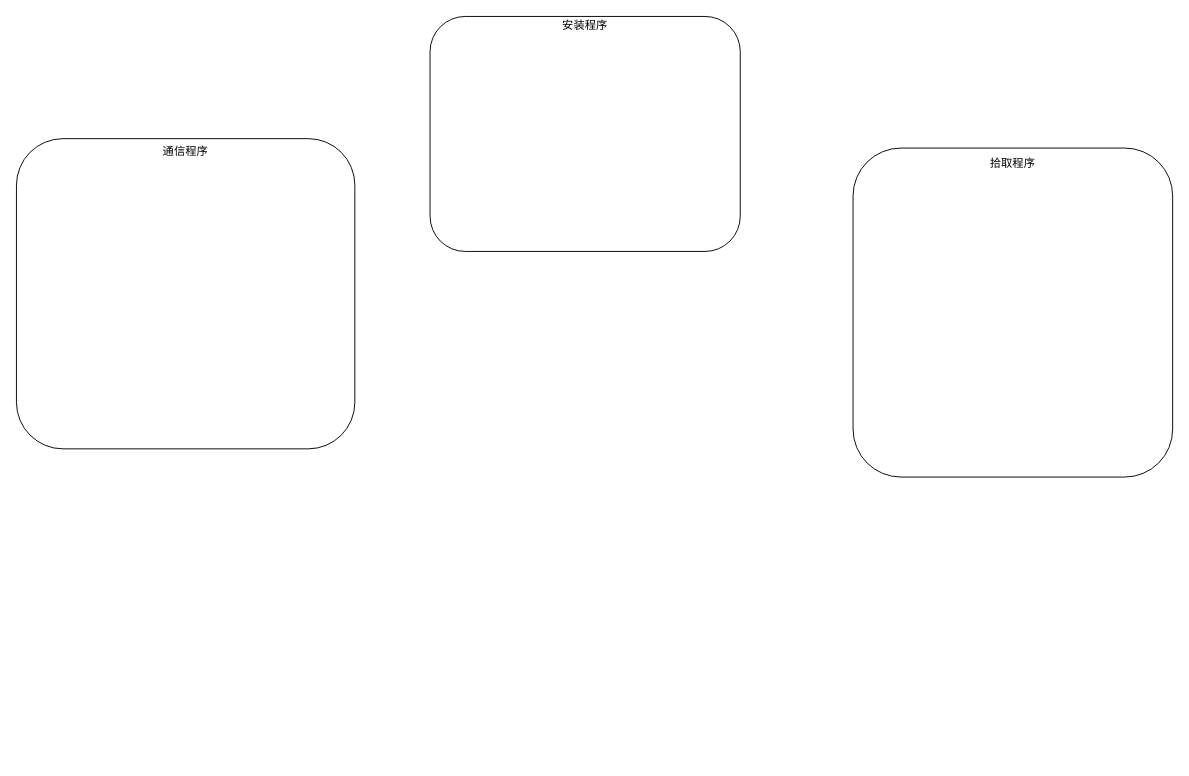
This is rpa-chrome.drawio from ColonelDarcy2018/excelsior, a draw.io file, before an edit. Source tidied: cells renumbered, new cells numbered last; positions are measured from the earlier drawing's top-left corner, leaving out a move shared by most shapes. Both pictures are drawn from the tidied source at 94%, with x=0, y=0 at pixel (16, 16).
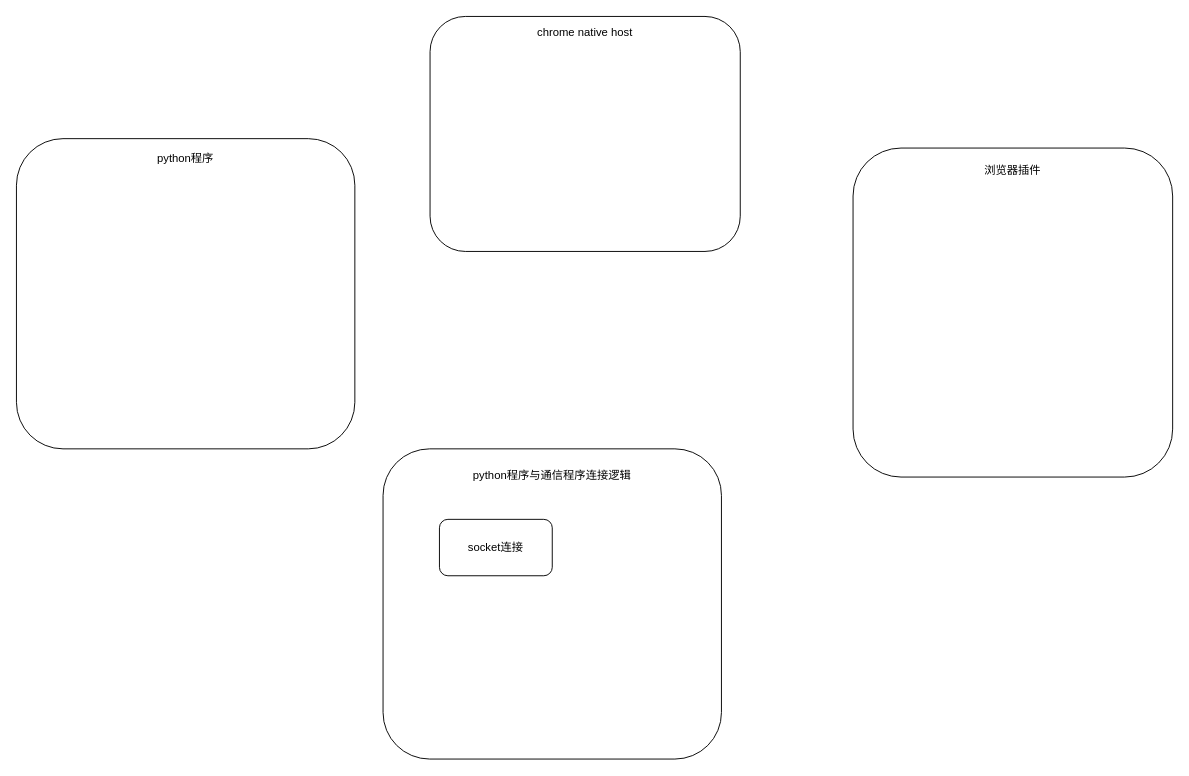
The same diagram, later.

Change to the diagram source:
```diff
@@
 <mxGraphModel>
   <root>
     <mxCell id="0" />
     <mxCell id="1" parent="0" />
-    <mxCell id="2" value="通信程序&lt;br&gt;&lt;br&gt;&lt;br&gt;&lt;br&gt;&lt;br&gt;&lt;br&gt;&lt;br&gt;&lt;br&gt;&lt;br&gt;&lt;br&gt;&lt;br&gt;&lt;br&gt;&lt;br&gt;&lt;br&gt;&lt;br&gt;&lt;br&gt;&lt;br&gt;&lt;br&gt;&lt;br&gt;&lt;br&gt;&lt;br&gt;&lt;br&gt;" style="rounded=1;whiteSpace=wrap;html=1;" parent="1" vertex="1">
+    <mxCell id="2" value="python程序&lt;br&gt;&lt;br&gt;&lt;br&gt;&lt;br&gt;&lt;br&gt;&lt;br&gt;&lt;br&gt;&lt;br&gt;&lt;br&gt;&lt;br&gt;&lt;br&gt;&lt;br&gt;&lt;br&gt;&lt;br&gt;&lt;br&gt;&lt;br&gt;&lt;br&gt;&lt;br&gt;&lt;br&gt;&lt;br&gt;&lt;br&gt;" style="rounded=1;whiteSpace=wrap;html=1;" parent="1" vertex="1">
       <mxGeometry y="130" width="360" height="330" as="geometry" />
     </mxCell>
-    <mxCell id="3" value="安装程序&lt;br&gt;&lt;br&gt;&lt;br&gt;&lt;br&gt;&lt;br&gt;&lt;br&gt;&lt;br&gt;&lt;br&gt;&lt;br&gt;&lt;br&gt;&lt;br&gt;&lt;br&gt;&lt;br&gt;&lt;br&gt;&lt;br&gt;&lt;br&gt;&lt;br&gt;" style="rounded=1;whiteSpace=wrap;html=1;" parent="1" vertex="1">
+    <mxCell id="3" value="chrome native host&lt;br&gt;&lt;br&gt;&lt;br&gt;&lt;br&gt;&lt;br&gt;&lt;br&gt;&lt;br&gt;&lt;br&gt;&lt;br&gt;&lt;br&gt;&lt;br&gt;&lt;br&gt;&lt;br&gt;&lt;br&gt;&lt;br&gt;&lt;br&gt;" style="rounded=1;whiteSpace=wrap;html=1;" parent="1" vertex="1">
       <mxGeometry x="440" width="330" height="250" as="geometry" />
     </mxCell>
-    <mxCell id="4" value="拾取程序&lt;br&gt;&lt;br&gt;&lt;br&gt;&lt;br&gt;&lt;br&gt;&lt;br&gt;&lt;br&gt;&lt;br&gt;&lt;br&gt;&lt;br&gt;&lt;br&gt;&lt;br&gt;&lt;br&gt;&lt;br&gt;&lt;br&gt;&lt;br&gt;&lt;br&gt;&lt;br&gt;&lt;br&gt;&lt;br&gt;&lt;br&gt;&lt;br&gt;&lt;br&gt;" style="rounded=1;whiteSpace=wrap;html=1;" parent="1" vertex="1">
+    <mxCell id="4" value="浏览器插件&lt;br&gt;&lt;br&gt;&lt;br&gt;&lt;br&gt;&lt;br&gt;&lt;br&gt;&lt;br&gt;&lt;br&gt;&lt;br&gt;&lt;br&gt;&lt;br&gt;&lt;br&gt;&lt;br&gt;&lt;br&gt;&lt;br&gt;&lt;br&gt;&lt;br&gt;&lt;br&gt;&lt;br&gt;&lt;br&gt;&lt;br&gt;&lt;br&gt;" style="rounded=1;whiteSpace=wrap;html=1;" parent="1" vertex="1">
       <mxGeometry x="890" y="140" width="340" height="350" as="geometry" />
     </mxCell>
+    <mxCell id="5" value="python程序与通信程序连接逻辑&lt;br&gt;&lt;br&gt;&lt;br&gt;&lt;br&gt;&lt;br&gt;&lt;br&gt;&lt;br&gt;&lt;br&gt;&lt;br&gt;&lt;br&gt;&lt;br&gt;&lt;br&gt;&lt;br&gt;&lt;br&gt;&lt;br&gt;&lt;br&gt;&lt;br&gt;&lt;br&gt;&lt;br&gt;&lt;br&gt;" style="rounded=1;whiteSpace=wrap;html=1;" parent="1" vertex="1">
+      <mxGeometry x="390" y="460" width="360" height="330" as="geometry" />
+    </mxCell>
+    <mxCell id="6" value="socket连接" style="rounded=1;whiteSpace=wrap;html=1;" parent="1" vertex="1">
+      <mxGeometry x="450" y="535" width="120" height="60" as="geometry" />
+    </mxCell>
   </root>
 </mxGraphModel>
```
